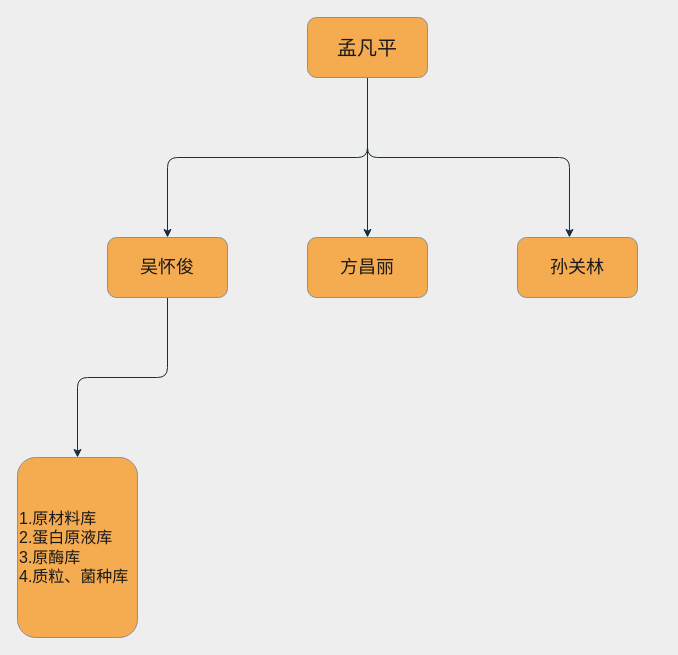
The draw.io diagram Untitled Diagram.drawio in woodcrafter/test, before the edit. Source tidied: cells renumbered, new cells numbered last; positions are measured from the earlier drawing's top-left corner, leaving out a move shared by most shapes. Both pictures are drawn from the tidied source at 100%, with x=0, y=0 at pixel (17, 17).
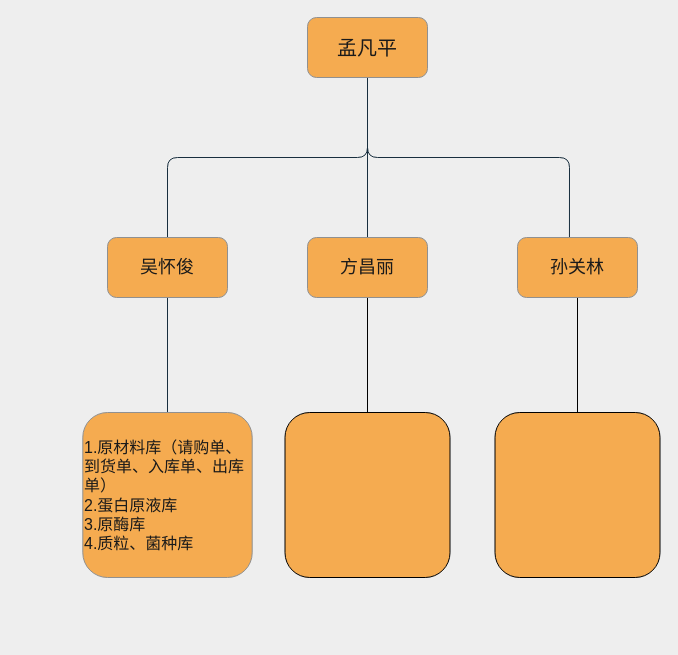
Above is the later version.

Diff of the diagram source:
```diff
@@
 <mxGraphModel background="#EEEEEE">
   <root>
     <mxCell id="0" />
     <mxCell id="1" parent="0" />
-    <mxCell id="2" style="edgeStyle=orthogonalEdgeStyle;curved=0;rounded=1;jettySize=auto;html=1;exitX=0.5;exitY=1;exitDx=0;exitDy=0;entryX=0.433;entryY=0;entryDx=0;entryDy=0;strokeColor=#182E3E;fontColor=#1A1A1A;labelBackgroundColor=#EEEEEE;entryPerimeter=0;" parent="1" edge="1" source="5" target="9">
+    <mxCell id="2" style="edgeStyle=orthogonalEdgeStyle;curved=0;rounded=1;jettySize=auto;html=1;exitX=0.5;exitY=1;exitDx=0;exitDy=0;entryX=0.433;entryY=0;entryDx=0;entryDy=0;strokeColor=#182E3E;fontColor=#1A1A1A;labelBackgroundColor=#EEEEEE;entryPerimeter=0;endArrow=none;endFill=0;" parent="1" edge="1" source="5" target="9">
       <mxGeometry relative="1" as="geometry" />
     </mxCell>
-    <mxCell id="3" style="edgeStyle=orthogonalEdgeStyle;curved=0;rounded=1;jettySize=auto;html=1;exitX=0.5;exitY=1;exitDx=0;exitDy=0;entryX=0.5;entryY=0;entryDx=0;entryDy=0;strokeColor=#182E3E;fontColor=#1A1A1A;labelBackgroundColor=#EEEEEE;" parent="1" edge="1" source="5" target="7">
+    <mxCell id="3" style="edgeStyle=orthogonalEdgeStyle;jettySize=auto;html=1;exitX=0.5;exitY=1;exitDx=0;exitDy=0;entryX=0.5;entryY=0;entryDx=0;entryDy=0;strokeColor=#182E3E;fontColor=#1A1A1A;labelBackgroundColor=#EEEEEE;rounded=1;endArrow=none;endFill=0;" parent="1" edge="1" source="5" target="7">
       <mxGeometry relative="1" as="geometry" />
     </mxCell>
-    <mxCell id="4" style="edgeStyle=orthogonalEdgeStyle;curved=0;rounded=1;jettySize=auto;html=1;exitX=0.5;exitY=1;exitDx=0;exitDy=0;strokeColor=#182E3E;fontColor=#1A1A1A;" parent="1" edge="1" source="5" target="8">
+    <mxCell id="4" style="edgeStyle=orthogonalEdgeStyle;curved=0;rounded=1;jettySize=auto;html=1;exitX=0.5;exitY=1;exitDx=0;exitDy=0;strokeColor=#182E3E;fontColor=#1A1A1A;endArrow=none;endFill=0;" parent="1" edge="1" source="5" target="8">
       <mxGeometry relative="1" as="geometry" />
     </mxCell>
     <mxCell id="5" value="&lt;font style=&quot;font-size: 20px&quot;&gt;孟凡平&lt;/font&gt;" style="whiteSpace=wrap;html=1;rounded=1;fillColor=#F5AB50;strokeColor=#909090;fontColor=#1A1A1A;strokeWidth=1;" parent="1" vertex="1">
       <mxGeometry x="290" width="120" height="60" as="geometry" />
     </mxCell>
-    <mxCell id="6" style="edgeStyle=orthogonalEdgeStyle;curved=0;rounded=1;jettySize=auto;html=1;exitX=0.5;exitY=1;exitDx=0;exitDy=0;entryX=0.5;entryY=0;entryDx=0;entryDy=0;strokeColor=#182E3E;fontColor=#1A1A1A;" parent="1" edge="1" source="7" target="10">
+    <mxCell id="6" style="edgeStyle=orthogonalEdgeStyle;curved=0;rounded=1;jettySize=auto;html=1;exitX=0.5;exitY=1;exitDx=0;exitDy=0;entryX=0.5;entryY=0;entryDx=0;entryDy=0;strokeColor=#182E3E;fontColor=#1A1A1A;endArrow=none;endFill=0;" parent="1" edge="1" source="7" target="10">
       <mxGeometry relative="1" as="geometry" />
     </mxCell>
     <mxCell id="7" value="&lt;font style=&quot;font-size: 18px&quot;&gt;吴怀俊&lt;/font&gt;" style="rounded=1;whiteSpace=wrap;html=1;strokeColor=#909090;fillColor=#F5AB50;fontColor=#1A1A1A;" parent="1" vertex="1">
       <mxGeometry x="90" y="220" width="120" height="60" as="geometry" />
     </mxCell>
+    <mxCell id="11" style="edgeStyle=orthogonalEdgeStyle;rounded=1;jettySize=auto;html=1;exitX=0.5;exitY=1;exitDx=0;exitDy=0;endArrow=none;endFill=0;" parent="1" edge="1" source="8" target="13">
+      <mxGeometry relative="1" as="geometry" />
+    </mxCell>
     <mxCell id="8" value="&lt;font style=&quot;font-size: 18px&quot;&gt;方昌丽&lt;/font&gt;" style="rounded=1;whiteSpace=wrap;html=1;strokeColor=#909090;fillColor=#F5AB50;fontColor=#1A1A1A;" parent="1" vertex="1">
       <mxGeometry x="290" y="220" width="120" height="60" as="geometry" />
     </mxCell>
+    <mxCell id="12" style="edgeStyle=orthogonalEdgeStyle;rounded=1;jettySize=auto;html=1;exitX=0.5;exitY=1;exitDx=0;exitDy=0;endArrow=none;endFill=0;" parent="1" edge="1" source="9" target="14">
+      <mxGeometry relative="1" as="geometry" />
+    </mxCell>
     <mxCell id="9" value="&lt;font style=&quot;font-size: 18px&quot;&gt;孙关林&lt;/font&gt;" style="rounded=1;whiteSpace=wrap;html=1;strokeColor=#909090;fillColor=#F5AB50;fontColor=#1A1A1A;" parent="1" vertex="1">
       <mxGeometry x="500" y="220" width="120" height="60" as="geometry" />
     </mxCell>
-    <mxCell id="10" value="&lt;font style=&quot;font-size: 16px&quot;&gt;1.原材料库&lt;br&gt;2.蛋白原液库&lt;br&gt;3.原酶库&lt;br&gt;4.质粒、菌种库&lt;/font&gt;" style="rounded=1;whiteSpace=wrap;html=1;strokeColor=#909090;fillColor=#F5AB50;fontColor=#1A1A1A;align=left;" parent="1" vertex="1">
-      <mxGeometry y="440" width="120" height="180" as="geometry" />
+    <mxCell id="10" value="&lt;font style=&quot;font-size: 16px&quot;&gt;1.原材料库（请购单、到货单、入库单、出库单）&lt;br&gt;2.蛋白原液库&lt;br&gt;3.原酶库&lt;br&gt;4.质粒、菌种库&lt;/font&gt;" style="rounded=1;whiteSpace=wrap;html=1;strokeColor=#909090;fillColor=#F5AB50;fontColor=#1A1A1A;align=left;" parent="1" vertex="1">
+      <mxGeometry x="65.3" y="395" width="169.4" height="165" as="geometry" />
     </mxCell>
+    <mxCell id="13" style="rounded=1;whiteSpace=wrap;html=1;fillColor=#F5AB50;" parent="1" vertex="1">
+      <mxGeometry x="267.5" y="395" width="165" height="165" as="geometry" />
+    </mxCell>
+    <mxCell id="14" style="rounded=1;whiteSpace=wrap;html=1;fillColor=#F5AB50;" parent="1" vertex="1">
+      <mxGeometry x="477.5" y="395" width="165" height="165" as="geometry" />
+    </mxCell>
   </root>
 </mxGraphModel>
```
